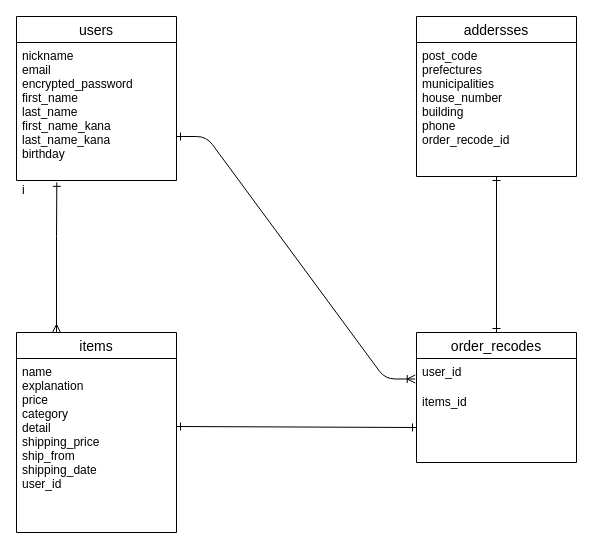
DDT1129/furima-39096 keeps this draw.io diagram as database.dio. Above is the earlier version. Source tidied: cells renumbered, new cells numbered last; positions are measured from the earlier drawing's top-left corner, leaving out a move shared by most shapes. Both pictures are drawn from the tidied source at 100%, with x=0, y=0 at pixel (16, 16).
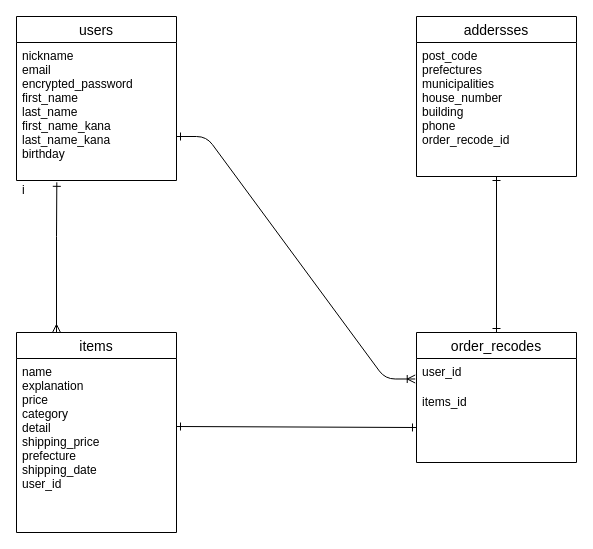
Above is the later version.

Commit message (it also covers changes not shown here):
データベースの設計（訂正３）

The edit, as a diff of the source:
```diff
@@
 <mxGraphModel>
   <root>
     <mxCell id="0" />
     <mxCell id="1" parent="0" />
     <mxCell id="2" value="users" style="swimlane;fontStyle=0;horizontal=1;startSize=26;align=center;fontSize=14;" parent="1" vertex="1">
       <mxGeometry width="160" height="164" as="geometry" />
     </mxCell>
     <mxCell id="3" value="nickname &#10;email&#10;encrypted_password&#10;first_name&#10;last_name&#10;first_name_kana&#10;last_name_kana&#10;birthday" style="text;strokeColor=none;fillColor=none;spacingLeft=4;spacingRight=4;overflow=hidden;fontSize=12;" parent="2" vertex="1">
       <mxGeometry y="26" width="160" height="134" as="geometry" />
     </mxCell>
     <mxCell id="4" value="i" style="text;strokeColor=none;fillColor=none;spacingLeft=4;spacingRight=4;overflow=hidden;points=[[0,0.5],[1,0.5]];portConstraint=eastwest;fontSize=12;" parent="2" vertex="1">
       <mxGeometry y="160" width="160" height="4" as="geometry" />
     </mxCell>
     <mxCell id="5" value="items" style="swimlane;fontStyle=0;horizontal=1;startSize=26;align=center;fontSize=14;" parent="1" vertex="1">
       <mxGeometry y="316" width="160" height="200" as="geometry" />
     </mxCell>
-    <mxCell id="6" value="name &#10;explanation &#10;price &#10;category&#10;detail &#10;shipping_price &#10;ship_from&#10;shipping_date&#10;user_id" style="text;strokeColor=none;fillColor=none;spacingLeft=4;spacingRight=4;overflow=hidden;fontSize=12;" parent="5" vertex="1">
+    <mxCell id="6" value="name &#10;explanation &#10;price &#10;category&#10;detail &#10;shipping_price &#10;prefecture&#10;shipping_date&#10;user_id" style="text;strokeColor=none;fillColor=none;spacingLeft=4;spacingRight=4;overflow=hidden;fontSize=12;" parent="5" vertex="1">
       <mxGeometry y="26" width="160" height="174" as="geometry" />
     </mxCell>
     <mxCell id="7" value="addersses" style="swimlane;fontStyle=0;horizontal=1;startSize=26;align=center;fontSize=14;" parent="1" vertex="1">
       <mxGeometry x="400" width="160" height="160" as="geometry" />
     </mxCell>
     <mxCell id="8" value="post_code &#10;prefectures&#10;municipalities &#10;house_number &#10;building &#10;phone&#10;order_recode_id" style="text;strokeColor=none;fillColor=none;spacingLeft=4;spacingRight=4;overflow=hidden;fontSize=12;" parent="7" vertex="1">
       <mxGeometry y="26" width="160" height="134" as="geometry" />
     </mxCell>
     <mxCell id="9" value="order_recodes" style="swimlane;fontStyle=0;horizontal=1;startSize=26;align=center;fontSize=14;" parent="1" vertex="1">
       <mxGeometry x="400" y="316" width="160" height="130" as="geometry" />
     </mxCell>
     <mxCell id="10" value="user_id" style="text;strokeColor=none;fillColor=none;spacingLeft=4;spacingRight=4;overflow=hidden;points=[[0,0.5],[1,0.5]];portConstraint=eastwest;fontSize=12;" parent="9" vertex="1">
       <mxGeometry y="26" width="160" height="30" as="geometry" />
     </mxCell>
     <mxCell id="11" value="items_id&#10;" style="text;strokeColor=none;fillColor=none;spacingLeft=4;spacingRight=4;overflow=hidden;fontSize=12;" parent="9" vertex="1">
       <mxGeometry y="56" width="160" height="74" as="geometry" />
     </mxCell>
     <mxCell id="12" style="endArrow=ERmany;html=1;rounded=0;endFill=0;entryX=0.25;entryY=0;entryDx=0;entryDy=0;startArrow=ERone;startFill=0;exitX=0.252;exitY=1.458;exitDx=0;exitDy=0;exitPerimeter=0;" parent="1" edge="1" source="4" target="5">
       <mxGeometry relative="1" as="geometry">
         <Array as="points">
           <mxPoint x="40" y="220" />
         </Array>
       </mxGeometry>
     </mxCell>
     <mxCell id="13" style="edgeStyle=entityRelationEdgeStyle;fontSize=12;html=1;endArrow=ERoneToMany;startArrow=ERone;startFill=0;entryX=-0.008;entryY=0.683;entryDx=0;entryDy=0;entryPerimeter=0;" parent="1" edge="1" target="10">
       <mxGeometry relative="1" as="geometry">
         <mxPoint x="160" y="120" as="sourcePoint" />
       </mxGeometry>
     </mxCell>
     <mxCell id="14" style="endArrow=ERone;html=1;rounded=0;entryX=0.5;entryY=0;entryDx=0;entryDy=0;startArrow=ERone;startFill=0;endFill=0;" parent="1" edge="1" target="9">
       <mxGeometry relative="1" as="geometry">
         <mxPoint x="480" y="160" as="sourcePoint" />
       </mxGeometry>
     </mxCell>
     <mxCell id="15" style="endArrow=ERone;html=1;rounded=0;entryX=0;entryY=0.5;entryDx=0;entryDy=0;startArrow=ERone;startFill=0;endFill=0;" parent="1" edge="1">
       <mxGeometry relative="1" as="geometry">
         <mxPoint x="160" y="410" as="sourcePoint" />
         <mxPoint x="400" y="411" as="targetPoint" />
       </mxGeometry>
     </mxCell>
   </root>
 </mxGraphModel>
```
